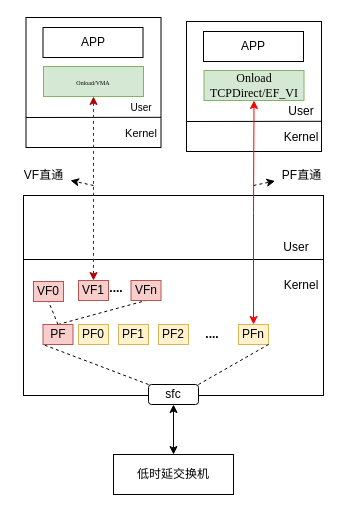
Above: VF直通.drawio in ctimbai/draw.io (draw.io), before the change. Source tidied: cells renumbered, new cells numbered last; positions are measured from the earlier drawing's top-left corner, leaving out a move shared by most shapes. Both pictures are drawn from the tidied source at 100%, with x=0, y=0 at pixel (17, 17).
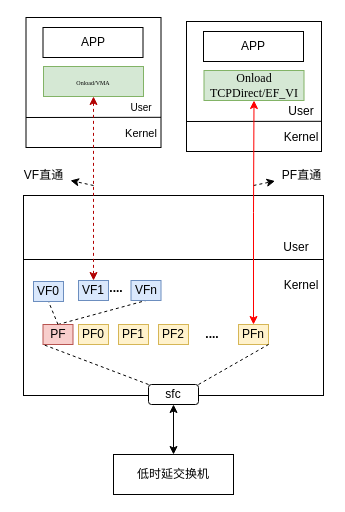
The same diagram, later.

The edit, as a diff of the source:
```diff
@@
-    <mxCell id="37" value="VF0" style="rounded=0;whiteSpace=wrap;html=1;fillColor=#f8cecc;strokeColor=#b85450;" parent="1" vertex="1">
+    <mxCell id="37" value="VF0" style="rounded=0;whiteSpace=wrap;html=1;fillColor=#dae8fc;strokeColor=#6c8ebf;" parent="1" vertex="1">
       <mxGeometry x="16" y="264" width="30" height="20" as="geometry" />
     </mxCell>
-    <mxCell id="38" value="VF1" style="rounded=0;whiteSpace=wrap;html=1;fillColor=#f8cecc;strokeColor=#b85450;" parent="1" vertex="1">
+    <mxCell id="38" value="VF1" style="rounded=0;whiteSpace=wrap;html=1;fillColor=#dae8fc;strokeColor=#6c8ebf;" parent="1" vertex="1">
       <mxGeometry x="61" y="263" width="30" height="20" as="geometry" />
     </mxCell>
-    <mxCell id="39" value="VFn" style="rounded=0;whiteSpace=wrap;html=1;fillColor=#f8cecc;strokeColor=#b85450;" parent="1" vertex="1">
+    <mxCell id="39" value="VFn" style="rounded=0;whiteSpace=wrap;html=1;fillColor=#dae8fc;strokeColor=#6c8ebf;" parent="1" vertex="1">
       <mxGeometry x="113.5" y="263" width="30" height="20" as="geometry" />
     </mxCell>
```
